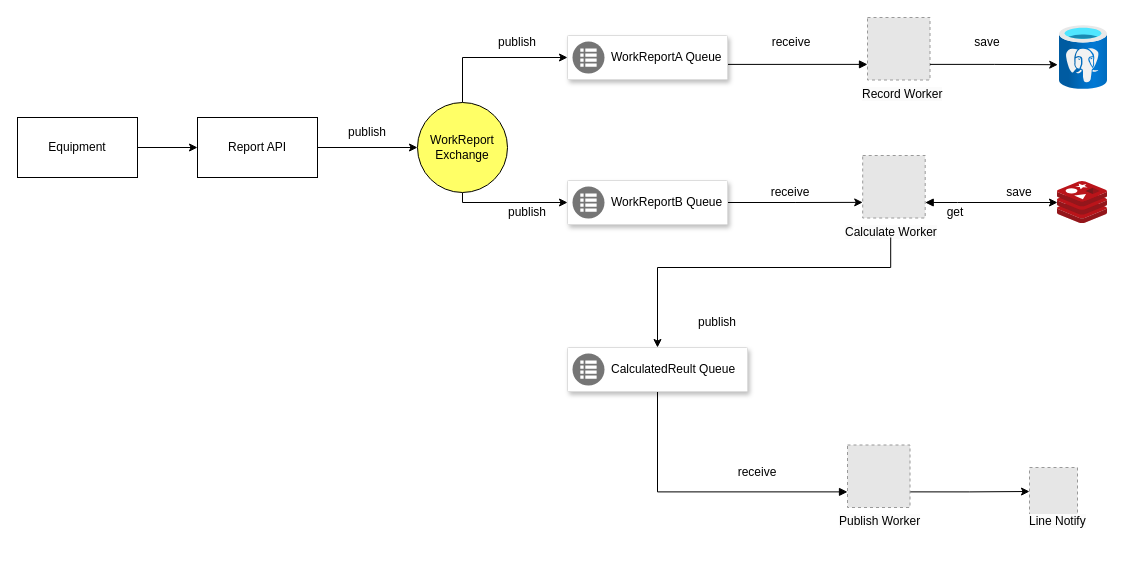
Earlier version of the draw.io diagram workReport.drawio (LIN-CHIN/work-report). Source tidied: cells renumbered, new cells numbered last; positions are measured from the earlier drawing's top-left corner, leaving out a move shared by most shapes. Both pictures are drawn from the tidied source at 100%, with x=0, y=0 at pixel (17, 17). Pictures stored in the file or linked from it are replaced by grey dashed boxes.
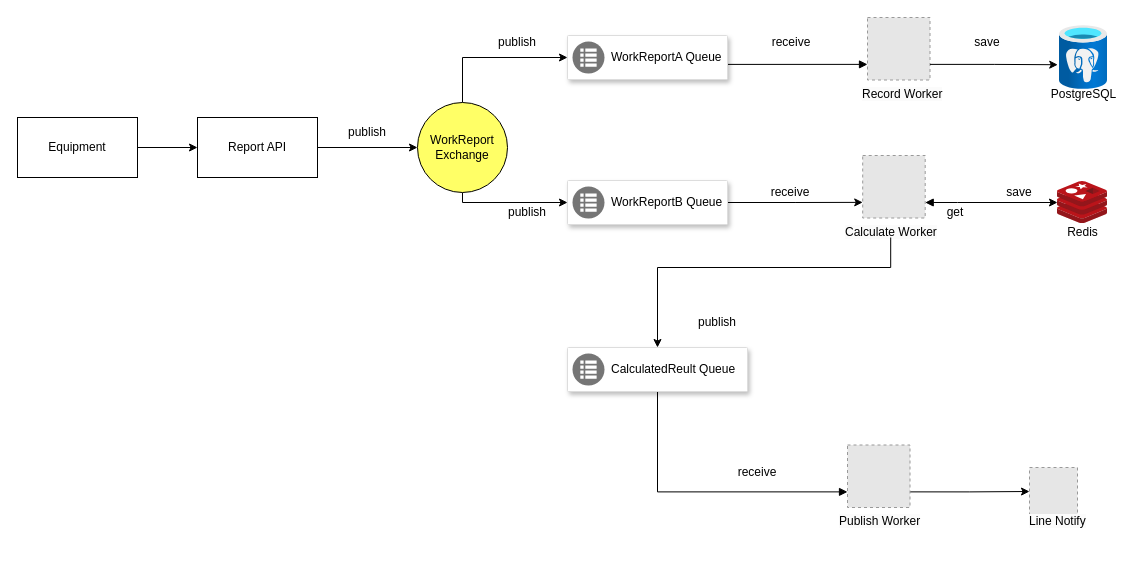
The same diagram, later.

Commit message:
feat: add comment for database images

What changed in the source:
```diff
@@
-    <mxCell id="22" style="image;sketch=0;html=1;points=[];align=center;fontSize=12;image=img/lib/mscae/Cache_Redis_Product.svg;" parent="1" vertex="1">
-      <mxGeometry x="1040" y="164" width="50" height="42" as="geometry" />
-    </mxCell>
-    <mxCell id="23" style="image;html=1;points=[];align=center;fontSize=12;image=img/lib/azure2/databases/Azure_Database_PostgreSQL_Server.svg;" parent="1" vertex="1">
-      <mxGeometry x="1042" y="8" width="48" height="64" as="geometry" />
-    </mxCell>
@@
+    <mxCell id="46" style="group;" parent="1" vertex="1">
+      <mxGeometry x="1040" y="164" width="50" height="66" as="geometry" />
+    </mxCell>
+    <mxCell id="22" style="image;sketch=0;html=1;points=[];align=center;fontSize=12;image=img/lib/mscae/Cache_Redis_Product.svg;" parent="46" vertex="1">
+      <mxGeometry width="50" height="42" as="geometry" />
+    </mxCell>
+    <mxCell id="47" value="Redis" style="text;html=1;align=center;verticalAlign=middle;strokeColor=none;fillColor=none;" parent="46" vertex="1">
+      <mxGeometry y="36" width="50" height="30" as="geometry" />
+    </mxCell>
+    <mxCell id="48" style="group;" parent="1" vertex="1">
+      <mxGeometry x="1021" y="8" width="90" height="84" as="geometry" />
+    </mxCell>
+    <mxCell id="23" style="image;html=1;points=[];align=center;fontSize=12;image=img/lib/azure2/databases/Azure_Database_PostgreSQL_Server.svg;" parent="48" vertex="1">
+      <mxGeometry x="21" width="48" height="64" as="geometry" />
+    </mxCell>
+    <mxCell id="49" value="PostgreSQL" style="text;html=1;align=center;verticalAlign=middle;strokeColor=none;fillColor=none;" parent="48" vertex="1">
+      <mxGeometry y="54" width="90" height="30" as="geometry" />
+    </mxCell>
```
